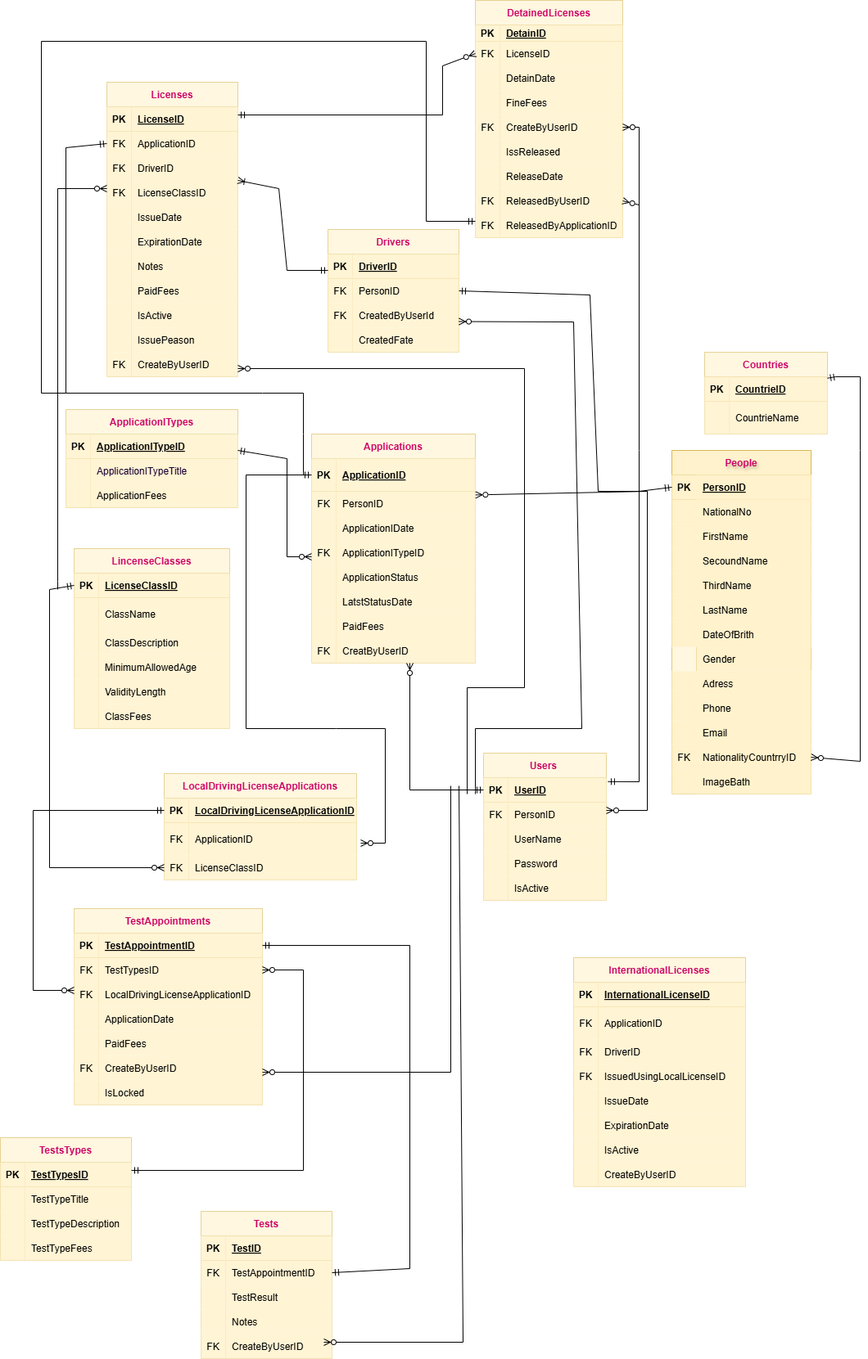
Before: Untitled Diagram.drawio.png, a diagram exported from draw.io (azizadiab/Driving-License-Department). Source tidied: cells renumbered, new cells last; positions are measured from the earlier drawing's top-left corner, leaving out a move shared by most shapes.
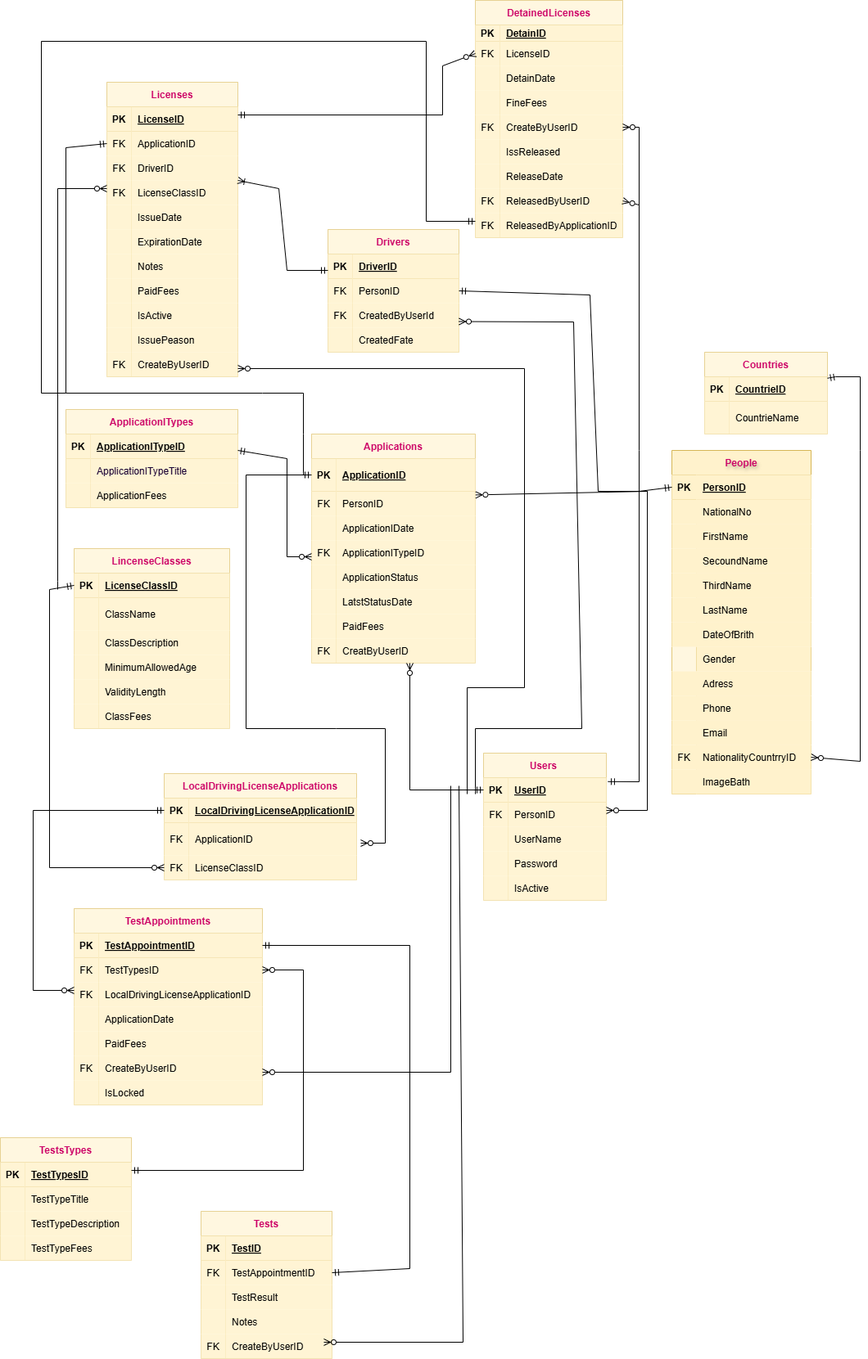
After the commit.

Diff of the diagram source:
```diff
@@ -692,81 +692,6 @@
     <mxCell id="231" value="LicenseClassID" style="shape=partialRectangle;overflow=hidden;fillColor=#fff2cc;top=0;left=0;bottom=0;right=0;align=left;spacingLeft=6;opacity=60;strokeColor=#d6b656;" parent="229" vertex="1">
       <mxGeometry x="30" width="205" height="30" as="geometry" />
     </mxCell>
-    <mxCell id="232" value="InternationalLicenses" style="shape=table;startSize=30;rowLines=0;fontStyle=1;align=center;opacity=60;fillColor=#fff2cc;strokeColor=#d6b656;fontColor=#CC0066;" parent="1" vertex="1">
-      <mxGeometry x="700" y="1170" width="210" height="280" as="geometry" />
-    </mxCell>
-    <mxCell id="233" style="shape=partialRectangle;fillColor=#fff2cc;top=0;left=0;right=0;bottom=1;opacity=60;strokeColor=#d6b656;" parent="232" vertex="1">
-      <mxGeometry y="30" width="210" height="30" as="geometry" />
-    </mxCell>
-    <mxCell id="234" value="PK" style="shape=partialRectangle;overflow=hidden;fillColor=#fff2cc;top=0;left=0;bottom=0;right=0;fontStyle=1;opacity=60;strokeColor=#d6b656;" parent="233" vertex="1">
-      <mxGeometry width="30" height="30" as="geometry" />
-    </mxCell>
-    <mxCell id="235" value="InternationalLicenseID" style="shape=partialRectangle;overflow=hidden;fillColor=#fff2cc;top=0;left=0;bottom=0;right=0;align=left;spacingLeft=6;fontStyle=5;opacity=60;strokeColor=#d6b656;" parent="233" vertex="1">
-      <mxGeometry x="30" width="180" height="30" as="geometry" />
-    </mxCell>
-    <mxCell id="236" style="shape=partialRectangle;fillColor=#fff2cc;top=0;left=0;right=0;bottom=0;opacity=60;strokeColor=#d6b656;" parent="232" vertex="1">
-      <mxGeometry y="60" width="210" height="40" as="geometry" />
-    </mxCell>
-    <mxCell id="237" value="FK" style="shape=partialRectangle;overflow=hidden;fillColor=#fff2cc;top=0;left=0;bottom=0;right=0;opacity=60;strokeColor=#d6b656;" parent="236" vertex="1">
-      <mxGeometry width="30" height="40" as="geometry" />
-    </mxCell>
-    <mxCell id="238" value="ApplicationID" style="shape=partialRectangle;overflow=hidden;fillColor=#fff2cc;top=0;left=0;bottom=0;right=0;align=left;spacingLeft=6;opacity=60;strokeColor=#d6b656;" parent="236" vertex="1">
-      <mxGeometry x="30" width="180" height="40" as="geometry" />
-    </mxCell>
-    <mxCell id="239" style="shape=partialRectangle;fillColor=#fff2cc;top=0;left=0;right=0;bottom=0;opacity=60;strokeColor=#d6b656;" parent="232" vertex="1">
-      <mxGeometry y="100" width="210" height="30" as="geometry" />
-    </mxCell>
-    <mxCell id="240" value="FK" style="shape=partialRectangle;overflow=hidden;fillColor=#fff2cc;top=0;left=0;bottom=0;right=0;opacity=60;strokeColor=#d6b656;" parent="239" vertex="1">
-      <mxGeometry width="30" height="30" as="geometry" />
-    </mxCell>
-    <mxCell id="241" value="DriverID" style="shape=partialRectangle;overflow=hidden;fillColor=#fff2cc;top=0;left=0;bottom=0;right=0;align=left;spacingLeft=6;opacity=60;strokeColor=#d6b656;" parent="239" vertex="1">
-      <mxGeometry x="30" width="180" height="30" as="geometry" />
-    </mxCell>
-    <mxCell id="242" style="shape=partialRectangle;fillColor=#fff2cc;top=0;left=0;right=0;bottom=0;opacity=60;strokeColor=#d6b656;" parent="232" vertex="1">
-      <mxGeometry y="130" width="210" height="30" as="geometry" />
-    </mxCell>
-    <mxCell id="243" value="FK" style="shape=partialRectangle;overflow=hidden;fillColor=#fff2cc;top=0;left=0;bottom=0;right=0;opacity=60;strokeColor=#d6b656;" parent="242" vertex="1">
-      <mxGeometry width="30" height="30" as="geometry" />
-    </mxCell>
-    <mxCell id="244" value="IssuedUsingLocalLicenseID" style="shape=partialRectangle;overflow=hidden;fillColor=#fff2cc;top=0;left=0;bottom=0;right=0;align=left;spacingLeft=6;opacity=60;strokeColor=#d6b656;" parent="242" vertex="1">
-      <mxGeometry x="30" width="180" height="30" as="geometry" />
-    </mxCell>
-    <mxCell id="245" style="shape=partialRectangle;fillColor=#fff2cc;top=0;left=0;right=0;bottom=0;opacity=60;strokeColor=#d6b656;" parent="232" vertex="1">
-      <mxGeometry y="160" width="210" height="30" as="geometry" />
-    </mxCell>
-    <mxCell id="246" style="shape=partialRectangle;overflow=hidden;fillColor=#fff2cc;top=0;left=0;bottom=0;right=0;opacity=60;strokeColor=#d6b656;" parent="245" vertex="1">
-      <mxGeometry width="30" height="30" as="geometry" />
-    </mxCell>
-    <mxCell id="247" value="IssueDate" style="shape=partialRectangle;overflow=hidden;fillColor=#fff2cc;top=0;left=0;bottom=0;right=0;align=left;spacingLeft=6;opacity=60;strokeColor=#d6b656;" parent="245" vertex="1">
-      <mxGeometry x="30" width="180" height="30" as="geometry" />
-    </mxCell>
-    <mxCell id="248" style="shape=partialRectangle;fillColor=#fff2cc;top=0;left=0;right=0;bottom=0;opacity=60;strokeColor=#d6b656;" parent="232" vertex="1">
-      <mxGeometry y="190" width="210" height="30" as="geometry" />
-    </mxCell>
-    <mxCell id="249" style="shape=partialRectangle;overflow=hidden;fillColor=#fff2cc;top=0;left=0;bottom=0;right=0;opacity=60;strokeColor=#d6b656;" parent="248" vertex="1">
-      <mxGeometry width="30" height="30" as="geometry" />
-    </mxCell>
-    <mxCell id="250" value="ExpirationDate" style="shape=partialRectangle;overflow=hidden;fillColor=#fff2cc;top=0;left=0;bottom=0;right=0;align=left;spacingLeft=6;opacity=60;strokeColor=#d6b656;" parent="248" vertex="1">
-      <mxGeometry x="30" width="180" height="30" as="geometry" />
-    </mxCell>
-    <mxCell id="251" style="shape=partialRectangle;fillColor=#fff2cc;top=0;left=0;right=0;bottom=0;opacity=60;strokeColor=#d6b656;" parent="232" vertex="1">
-      <mxGeometry y="220" width="210" height="30" as="geometry" />
-    </mxCell>
-    <mxCell id="252" style="shape=partialRectangle;overflow=hidden;fillColor=#fff2cc;top=0;left=0;bottom=0;right=0;opacity=60;strokeColor=#d6b656;" parent="251" vertex="1">
-      <mxGeometry width="30" height="30" as="geometry" />
-    </mxCell>
-    <mxCell id="253" value="IsActive" style="shape=partialRectangle;overflow=hidden;fillColor=#fff2cc;top=0;left=0;bottom=0;right=0;align=left;spacingLeft=6;opacity=60;strokeColor=#d6b656;" parent="251" vertex="1">
-      <mxGeometry x="30" width="180" height="30" as="geometry" />
-    </mxCell>
-    <mxCell id="254" style="shape=partialRectangle;fillColor=#fff2cc;top=0;left=0;right=0;bottom=0;opacity=60;strokeColor=#d6b656;" parent="232" vertex="1">
-      <mxGeometry y="250" width="210" height="30" as="geometry" />
-    </mxCell>
-    <mxCell id="255" style="shape=partialRectangle;overflow=hidden;fillColor=#fff2cc;top=0;left=0;bottom=0;right=0;opacity=60;strokeColor=#d6b656;" parent="254" vertex="1">
-      <mxGeometry width="30" height="30" as="geometry" />
-    </mxCell>
-    <mxCell id="256" value="CreateByUserID" style="shape=partialRectangle;overflow=hidden;fillColor=#fff2cc;top=0;left=0;bottom=0;right=0;align=left;spacingLeft=6;opacity=60;strokeColor=#d6b656;" parent="254" vertex="1">
-      <mxGeometry x="30" width="180" height="30" as="geometry" />
-    </mxCell>
     <mxCell id="257" value="Tests" style="shape=table;startSize=30;rowLines=0;fontStyle=1;align=center;opacity=60;fillColor=#fff2cc;strokeColor=#d6b656;fontColor=#CC0066;" parent="1" vertex="1">
       <mxGeometry x="245" y="1480" width="160" height="180" as="geometry" />
     </mxCell>
```
